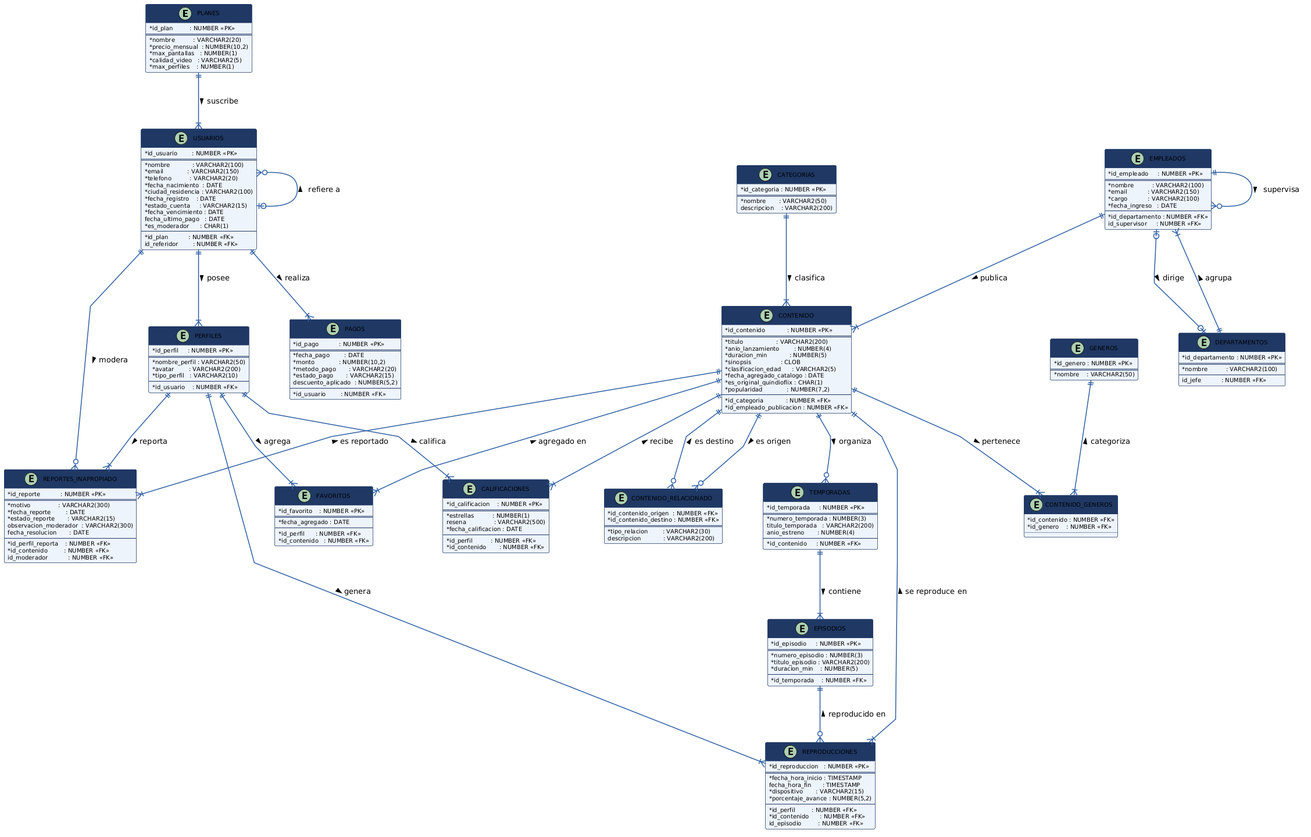
This is documentacion/MER Modelo entidad relación Quindio flix proyecto final bases de datos II.png from DanielJNarvaezH/quindioflix, a PlantUML export, as it was before one commit. The source it was exported from:
```plantuml
@startuml

skinparam linetype polyline
skinparam classAttributeIconSize 0
skinparam classFontSize 11
skinparam classAttributeFontSize 10
skinparam classFontName Arial
skinparam classAttributeFontName Arial
skinparam nodesep 70
skinparam ranksep 80

skinparam class {
  BorderColor #1F3864
  BackgroundColor #EEF4FB
  HeaderBackgroundColor #1F3864
  HeaderFontColor #FFFFFF
  HeaderFontSize 12
  HeaderFontStyle bold
  ArrowColor #2E5FA3
  ArrowThickness 1.5
}


entity "PLANES" as PLANES {
  * id_plan         : NUMBER <<PK>>
  ==
  * nombre          : VARCHAR2(20)
  * precio_mensual  : NUMBER(10,2)
  * max_pantallas   : NUMBER(1)
  * calidad_video   : VARCHAR2(5)
  * max_perfiles    : NUMBER(1)
}

entity "USUARIOS" as USUARIOS {
  * id_usuario        : NUMBER <<PK>>
  ==
  * nombre            : VARCHAR2(100)
  * email             : VARCHAR2(150)
  * telefono          : VARCHAR2(20)
  * fecha_nacimiento  : DATE
  * ciudad_residencia : VARCHAR2(100)
  * fecha_registro    : DATE
  * estado_cuenta     : VARCHAR2(15)
  * fecha_vencimiento : DATE
  fecha_ultimo_pago   : DATE
  * es_moderador      : CHAR(1)
  --
  * id_plan           : NUMBER <<FK>>
  id_referidor        : NUMBER <<FK>>
}

entity "PERFILES" as PERFILES {
  * id_perfil     : NUMBER <<PK>>
  ==
  * nombre_perfil : VARCHAR2(50)
  * avatar        : VARCHAR2(200)
  * tipo_perfil   : VARCHAR2(10)
  --
  * id_usuario    : NUMBER <<FK>>
}

entity "PAGOS" as PAGOS {
  * id_pago           : NUMBER <<PK>>
  ==
  * fecha_pago        : DATE
  * monto             : NUMBER(10,2)
  * metodo_pago       : VARCHAR2(20)
  * estado_pago       : VARCHAR2(15)
  descuento_aplicado  : NUMBER(5,2)
  --
  * id_usuario        : NUMBER <<FK>>
}


entity "CATEGORIAS" as CATEGORIAS {
  * id_categoria : NUMBER <<PK>>
  ==
  * nombre       : VARCHAR2(50)
  descripcion    : VARCHAR2(200)
}

entity "GENEROS" as GENEROS {
  * id_genero : NUMBER <<PK>>
  ==
  * nombre    : VARCHAR2(50)
}

entity "CONTENIDO" as CONTENIDO {
  * id_contenido            : NUMBER <<PK>>
  ==
  * titulo                  : VARCHAR2(200)
  * anio_lanzamiento        : NUMBER(4)
  * duracion_min            : NUMBER(5)
  * sinopsis                : CLOB
  * clasificacion_edad      : VARCHAR2(5)
  * fecha_agregado_catalogo : DATE
  * es_original_quindioflix : CHAR(1)
  * popularidad             : NUMBER(7,2)
  --
  * id_categoria            : NUMBER <<FK>>
  * id_empleado_publicacion : NUMBER <<FK>>
}

entity "CONTENIDO_GENEROS" as CONT_GEN {
  * id_contenido : NUMBER <<FK>>
  * id_genero    : NUMBER <<FK>>
}

entity "CONTENIDO_RELACIONADO" as CONT_REL {
  * id_contenido_origen  : NUMBER <<FK>>
  * id_contenido_destino : NUMBER <<FK>>
  ==
  * tipo_relacion        : VARCHAR2(30)
  descripcion            : VARCHAR2(200)
}

entity "TEMPORADAS" as TEMPORADAS {
  * id_temporada     : NUMBER <<PK>>
  ==
  * numero_temporada : NUMBER(3)
  titulo_temporada   : VARCHAR2(200)
  anio_estreno       : NUMBER(4)
  --
  * id_contenido     : NUMBER <<FK>>
}

entity "EPISODIOS" as EPISODIOS {
  * id_episodio     : NUMBER <<PK>>
  ==
  * numero_episodio : NUMBER(3)
  * titulo_episodio : VARCHAR2(200)
  * duracion_min    : NUMBER(5)
  --
  * id_temporada    : NUMBER <<FK>>
}


entity "REPRODUCCIONES" as REPRODUCCIONES {
  * id_reproduccion   : NUMBER <<PK>>
  ==
  * fecha_hora_inicio : TIMESTAMP
  fecha_hora_fin      : TIMESTAMP
  * dispositivo       : VARCHAR2(15)
  * porcentaje_avance : NUMBER(5,2)
  --
  * id_perfil         : NUMBER <<FK>>
  * id_contenido      : NUMBER <<FK>>
  id_episodio         : NUMBER <<FK>>
}

entity "CALIFICACIONES" as CALIFICACIONES {
  * id_calificacion    : NUMBER <<PK>>
  ==
  * estrellas          : NUMBER(1)
  resena               : VARCHAR2(500)
  * fecha_calificacion : DATE
  --
  * id_perfil          : NUMBER <<FK>>
  * id_contenido       : NUMBER <<FK>>
}

entity "FAVORITOS" as FAVORITOS {
  * id_favorito    : NUMBER <<PK>>
  ==
  * fecha_agregado : DATE
  --
  * id_perfil      : NUMBER <<FK>>
  * id_contenido   : NUMBER <<FK>>
}

entity "REPORTES_INAPROPIADO" as REPORTES {
  * id_reporte           : NUMBER <<PK>>
  ==
  * motivo               : VARCHAR2(300)
  * fecha_reporte        : DATE
  * estado_reporte       : VARCHAR2(15)
  observacion_moderador  : VARCHAR2(300)
  fecha_resolucion       : DATE
  --
  * id_perfil_reporta    : NUMBER <<FK>>
  * id_contenido         : NUMBER <<FK>>
  id_moderador           : NUMBER <<FK>>
}


entity "DEPARTAMENTOS" as DEPARTAMENTOS {
  * id_departamento : NUMBER <<PK>>
  ==
  * nombre          : VARCHAR2(100)
  --
  id_jefe           : NUMBER <<FK>>
}

entity "EMPLEADOS" as EMPLEADOS {
  * id_empleado     : NUMBER <<PK>>
  ==
  * nombre          : VARCHAR2(100)
  * email           : VARCHAR2(150)
  * cargo           : VARCHAR2(100)
  * fecha_ingreso   : DATE
  --
  * id_departamento : NUMBER <<FK>>
  id_supervisor     : NUMBER <<FK>>
}


PLANES    ||--|{ USUARIOS      : "suscribe >"
USUARIOS  }o--o| USUARIOS      : "< refiere a"
USUARIOS  ||--|{ PERFILES      : "posee >"
USUARIOS  ||--|{ PAGOS         : "realiza >"


CATEGORIAS ||--|{ CONTENIDO    : "clasifica >"
CONTENIDO  ||--|{ CONT_GEN     : "pertenece >"
GENEROS    ||--|{ CONT_GEN     : "< categoriza"
CONTENIDO  ||--o{ CONT_REL     : "es origen >"
CONTENIDO  ||--o{ CONT_REL     : "< es destino"
CONTENIDO  ||--o{ TEMPORADAS   : "organiza >"
TEMPORADAS ||--|{ EPISODIOS    : "contiene >"


PERFILES   ||--|{ REPRODUCCIONES  : "genera >"
CONTENIDO  ||--|{ REPRODUCCIONES  : "< se reproduce en"
EPISODIOS  ||--o{ REPRODUCCIONES  : "< reproducido en"
PERFILES   ||--|{ CALIFICACIONES  : "califica >"
CONTENIDO  ||--|{ CALIFICACIONES  : "< recibe"
PERFILES   ||--|{ FAVORITOS       : "agrega >"
CONTENIDO  ||--|{ FAVORITOS       : "< agregado en"
PERFILES   ||--|{ REPORTES        : "reporta >"
CONTENIDO  ||--|{ REPORTES        : "< es reportado"
USUARIOS   ||--o{ REPORTES        : "modera >"


DEPARTAMENTOS ||--|{ EMPLEADOS    : "agrupa >"
EMPLEADOS     ||--o{ EMPLEADOS    : "supervisa >"
EMPLEADOS     |o--o| DEPARTAMENTOS : "dirige >"
EMPLEADOS     ||--|{ CONTENIDO    : "publica >"
@enduml
```
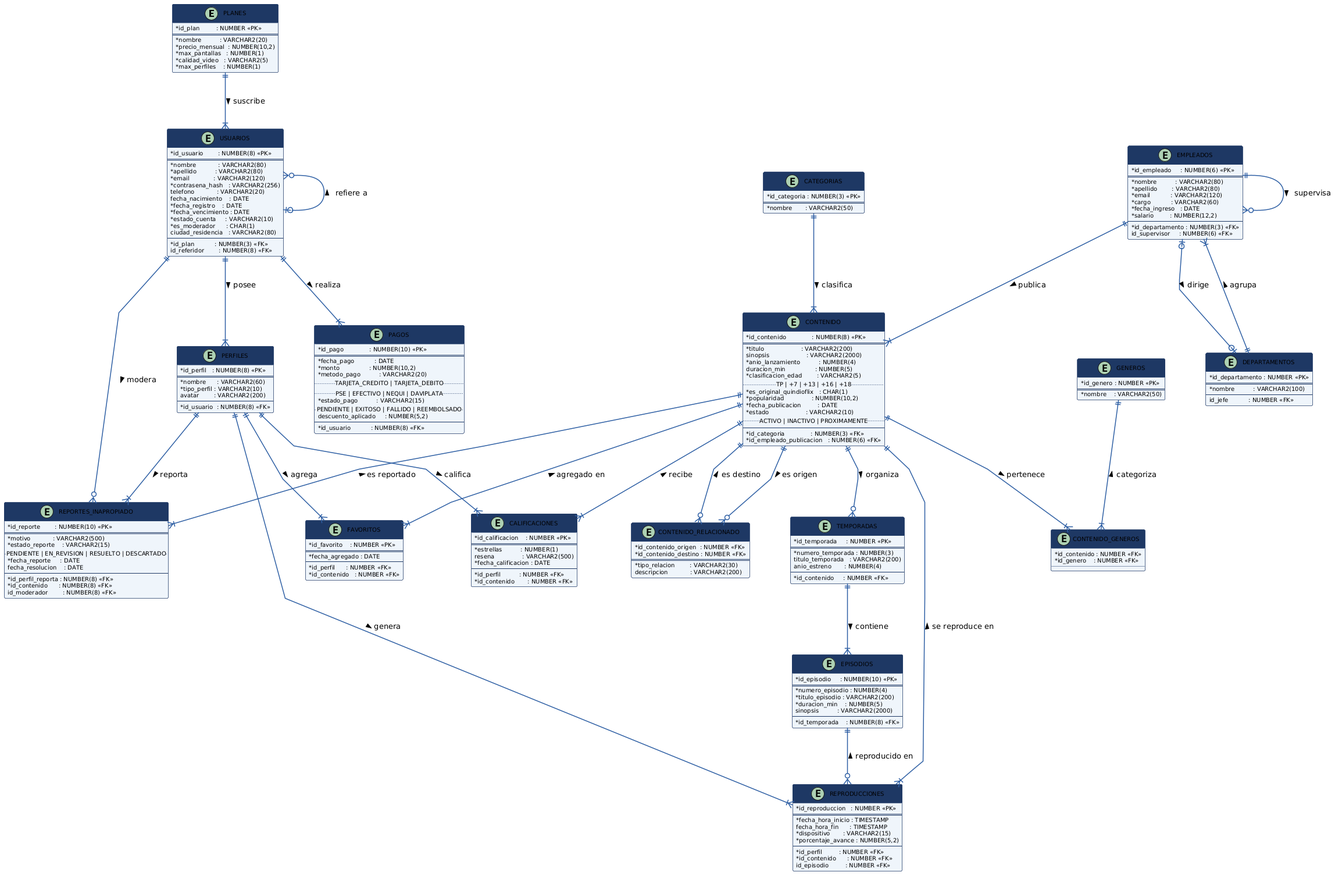
The same diagram one commit later.

Commit message:
fix: alinear scripts Flyway, MER y documentacion con enunciado del proyecto

Diff of the diagram source:
```diff
@@ -32,51 +32,54 @@
 }
 
 entity "USUARIOS" as USUARIOS {
-  * id_usuario        : NUMBER <<PK>>
+  * id_usuario        : NUMBER(8) <<PK>>
   ==
-  * nombre            : VARCHAR2(100)
-  * email             : VARCHAR2(150)
-  * telefono          : VARCHAR2(20)
-  * fecha_nacimiento  : DATE
-  * ciudad_residencia : VARCHAR2(100)
+  * nombre            : VARCHAR2(80)
+  * apellido          : VARCHAR2(80)
+  * email             : VARCHAR2(120)
+  * contrasena_hash   : VARCHAR2(256)
+  telefono            : VARCHAR2(20)
+  fecha_nacimiento    : DATE
   * fecha_registro    : DATE
-  * estado_cuenta     : VARCHAR2(15)
   * fecha_vencimiento : DATE
-  fecha_ultimo_pago   : DATE
+  * estado_cuenta     : VARCHAR2(10)
   * es_moderador      : CHAR(1)
+  ciudad_residencia   : VARCHAR2(80)
   --
-  * id_plan           : NUMBER <<FK>>
-  id_referidor        : NUMBER <<FK>>
+  * id_plan           : NUMBER(3) <<FK>>
+  id_referidor        : NUMBER(8) <<FK>>
 }
 
 entity "PERFILES" as PERFILES {
-  * id_perfil     : NUMBER <<PK>>
+  * id_perfil   : NUMBER(8) <<PK>>
   ==
-  * nombre_perfil : VARCHAR2(50)
-  * avatar        : VARCHAR2(200)
-  * tipo_perfil   : VARCHAR2(10)
+  * nombre      : VARCHAR2(60)
+  * tipo_perfil : VARCHAR2(10)
+  avatar        : VARCHAR2(200)
   --
-  * id_usuario    : NUMBER <<FK>>
+  * id_usuario  : NUMBER(8) <<FK>>
 }
 
 entity "PAGOS" as PAGOS {
-  * id_pago           : NUMBER <<PK>>
+  * id_pago              : NUMBER(10) <<PK>>
   ==
-  * fecha_pago        : DATE
-  * monto             : NUMBER(10,2)
-  * metodo_pago       : VARCHAR2(20)
-  * estado_pago       : VARCHAR2(15)
-  descuento_aplicado  : NUMBER(5,2)
+  * fecha_pago           : DATE
+  * monto                : NUMBER(10,2)
+  * metodo_pago          : VARCHAR2(20)
+  .. TARJETA_CREDITO | TARJETA_DEBITO ..
+  .. PSE | EFECTIVO | NEQUI | DAVIPLATA ..
+  * estado_pago          : VARCHAR2(15)
+  .. PENDIENTE | EXITOSO | FALLIDO | REEMBOLSADO ..
+  descuento_aplicado     : NUMBER(5,2)
   --
-  * id_usuario        : NUMBER <<FK>>
+  * id_usuario           : NUMBER(8) <<FK>>
 }
 
 
 entity "CATEGORIAS" as CATEGORIAS {
-  * id_categoria : NUMBER <<PK>>
+  * id_categoria : NUMBER(3) <<PK>>
   ==
   * nombre       : VARCHAR2(50)
-  descripcion    : VARCHAR2(200)
 }
 
 entity "GENEROS" as GENEROS {
@@ -86,19 +89,22 @@
 }
 
 entity "CONTENIDO" as CONTENIDO {
-  * id_contenido            : NUMBER <<PK>>
+  * id_contenido              : NUMBER(8) <<PK>>
   ==
-  * titulo                  : VARCHAR2(200)
-  * anio_lanzamiento        : NUMBER(4)
-  * duracion_min            : NUMBER(5)
-  * sinopsis                : CLOB
-  * clasificacion_edad      : VARCHAR2(5)
-  * fecha_agregado_catalogo : DATE
-  * es_original_quindioflix : CHAR(1)
-  * popularidad             : NUMBER(7,2)
+  * titulo                    : VARCHAR2(200)
+  sinopsis                    : VARCHAR2(2000)
+  * anio_lanzamiento          : NUMBER(4)
+  duracion_min                : NUMBER(5)
+  * clasificacion_edad        : VARCHAR2(5)
+  .. TP | +7 | +13 | +16 | +18 ..
+  * es_original_quindioflix   : CHAR(1)
+  * popularidad               : NUMBER(10,2)
+  * fecha_publicacion         : DATE
+  * estado                    : VARCHAR2(10)
+  .. ACTIVO | INACTIVO | PROXIMAMENTE ..
   --
-  * id_categoria            : NUMBER <<FK>>
-  * id_empleado_publicacion : NUMBER <<FK>>
+  * id_categoria              : NUMBER(3) <<FK>>
+  * id_empleado_publicacion   : NUMBER(6) <<FK>>
 }
 
 entity "CONTENIDO_GENEROS" as CONT_GEN {
@@ -125,13 +131,14 @@
 }
 
 entity "EPISODIOS" as EPISODIOS {
-  * id_episodio     : NUMBER <<PK>>
+  * id_episodio     : NUMBER(10) <<PK>>
   ==
-  * numero_episodio : NUMBER(3)
+  * numero_episodio : NUMBER(4)
   * titulo_episodio : VARCHAR2(200)
   * duracion_min    : NUMBER(5)
+  sinopsis          : VARCHAR2(2000)
   --
-  * id_temporada    : NUMBER <<FK>>
+  * id_temporada    : NUMBER(8) <<FK>>
 }
 
 
@@ -169,17 +176,17 @@
 }
 
 entity "REPORTES_INAPROPIADO" as REPORTES {
-  * id_reporte           : NUMBER <<PK>>
+  * id_reporte        : NUMBER(10) <<PK>>
   ==
-  * motivo               : VARCHAR2(300)
-  * fecha_reporte        : DATE
-  * estado_reporte       : VARCHAR2(15)
-  observacion_moderador  : VARCHAR2(300)
-  fecha_resolucion       : DATE
+  * motivo            : VARCHAR2(500)
+  * estado_reporte    : VARCHAR2(15)
+  .. PENDIENTE | EN_REVISION | RESUELTO | DESCARTADO ..
+  * fecha_reporte     : DATE
+  fecha_resolucion    : DATE
   --
-  * id_perfil_reporta    : NUMBER <<FK>>
-  * id_contenido         : NUMBER <<FK>>
-  id_moderador           : NUMBER <<FK>>
+  * id_perfil_reporta : NUMBER(8) <<FK>>
+  * id_contenido      : NUMBER(8) <<FK>>
+  id_moderador        : NUMBER(8) <<FK>>
 }
 
 
@@ -192,15 +199,17 @@
 }
 
 entity "EMPLEADOS" as EMPLEADOS {
-  * id_empleado     : NUMBER <<PK>>
+  * id_empleado     : NUMBER(6) <<PK>>
   ==
-  * nombre          : VARCHAR2(100)
-  * email           : VARCHAR2(150)
-  * cargo           : VARCHAR2(100)
+  * nombre          : VARCHAR2(80)
+  * apellido        : VARCHAR2(80)
+  * email           : VARCHAR2(120)
+  * cargo           : VARCHAR2(60)
   * fecha_ingreso   : DATE
+  * salario         : NUMBER(12,2)
   --
-  * id_departamento : NUMBER <<FK>>
-  id_supervisor     : NUMBER <<FK>>
+  * id_departamento : NUMBER(3) <<FK>>
+  id_supervisor     : NUMBER(6) <<FK>>
 }
 
 
```
